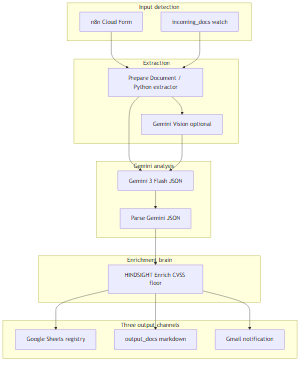
This is docs/architecture.png from reem-mor/hindsight, a Mermaid export, as it was before one commit. Its source is kept beside it as docs/architecture.mmd. Its diagram source:
```mermaid
flowchart TB
  subgraph input [Input detection]
    CloudForm[n8n Cloud Form]
    LocalWatch[incoming_docs watch]
  end
  subgraph extract [Extraction]
    Prepare[Prepare Document / Python extractor]
    Vision[Gemini Vision optional]
  end
  subgraph analyze [Gemini analysis]
    Flash[Gemini 3 Flash JSON]
    Parse[Parse Gemini JSON]
  end
  subgraph decide [Enrichment brain]
    Enrich[HINDSIGHT Enrich CVSS floor]
  end
  subgraph outputs [Three output channels]
    Sheets[Google Sheets registry]
    Files[output_docs markdown]
    Gmail[Gmail notification]
  end
  CloudForm --> Prepare
  LocalWatch --> Prepare
  Prepare --> Vision
  Prepare --> Flash
  Vision --> Flash
  Flash --> Parse --> Enrich
  Enrich --> Sheets
  Enrich --> Files
  Enrich --> Gmail
```
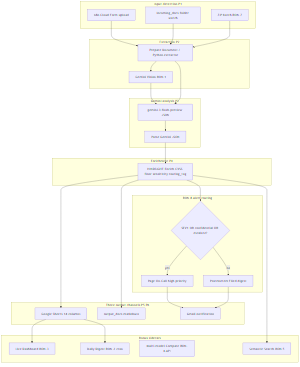
The same file after the commit.

Change to the diagram source:
```diff
@@ -1,25 +1,38 @@
 flowchart TB
-  subgraph input [Input detection]
-    CloudForm[n8n Cloud Form]
-    LocalWatch[incoming_docs watch]
+  subgraph input [Input detection P1]
+    CloudForm[n8n Cloud Form upload]
+    LocalWatch[incoming_docs folder watch]
+    ZipBatch[ZIP batch BON-7]
   end
-  subgraph extract [Extraction]
+  subgraph extract [Extraction P2]
     Prepare[Prepare Document / Python extractor]
-    Vision[Gemini Vision optional]
+    Vision[Gemini Vision BON-1]
   end
-  subgraph analyze [Gemini analysis]
-    Flash[Gemini 3 Flash JSON]
+  subgraph analyze [Gemini analysis P3]
+    Flash[gemini-3-flash-preview JSON]
     Parse[Parse Gemini JSON]
   end
-  subgraph decide [Enrichment brain]
-    Enrich[HINDSIGHT Enrich CVSS floor]
+  subgraph decide [Enrichment P4]
+    Enrich[HINDSIGHT Enrich CVSS floor sensitivity routing_tag]
   end
-  subgraph outputs [Three output channels]
-    Sheets[Google Sheets registry]
+  subgraph outputs [Three output channels P5 P6]
+    Sheets[Google Sheets 14 columns]
     Files[output_docs markdown]
     Gmail[Gmail notification]
   end
+  subgraph alert [BON-8 Alert routing]
+    IF{SEV1 OR confidential OR escalate?}
+    Page[Page On-Call high priority]
+    Digest[Postmortem Filed digest]
+  end
+  subgraph bonus [Bonus sidecars]
+    Dash[Live Dashboard BON-3]
+    Search[Semantic Search BON-5]
+    Compare[Multi-model Compare BON-6 API]
+    Daily[Daily Digest BON-2 cron]
+  end
   CloudForm --> Prepare
+  ZipBatch --> Prepare
   LocalWatch --> Prepare
   Prepare --> Vision
   Prepare --> Flash
@@ -27,4 +40,11 @@
   Flash --> Parse --> Enrich
   Enrich --> Sheets
   Enrich --> Files
-  Enrich --> Gmail
+  Enrich --> IF
+  IF -->|yes| Page
+  IF -->|no| Digest
+  Page --> Gmail
+  Digest --> Gmail
+  Sheets --> Dash
+  Enrich --> Search
+  Sheets --> Daily
```
